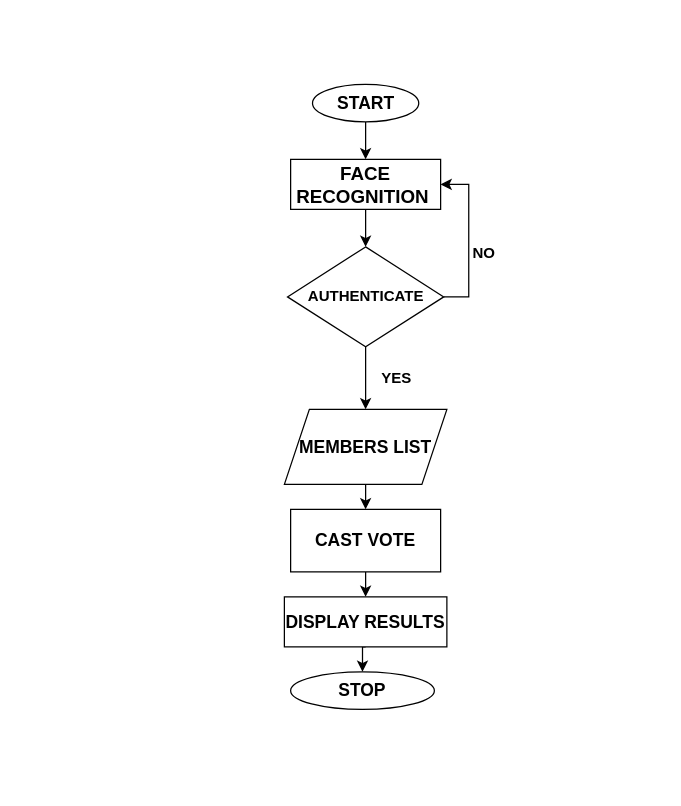
The draw.io diagram Untitled Diagram.drawio in ernest028/monty, before the edit. Source tidied: cells renumbered, new cells numbered last; positions are measured from the earlier drawing's top-left corner, leaving out a move shared by most shapes. Both pictures are drawn from the tidied source at 125%, with x=0, y=0 at pixel (284, 84).
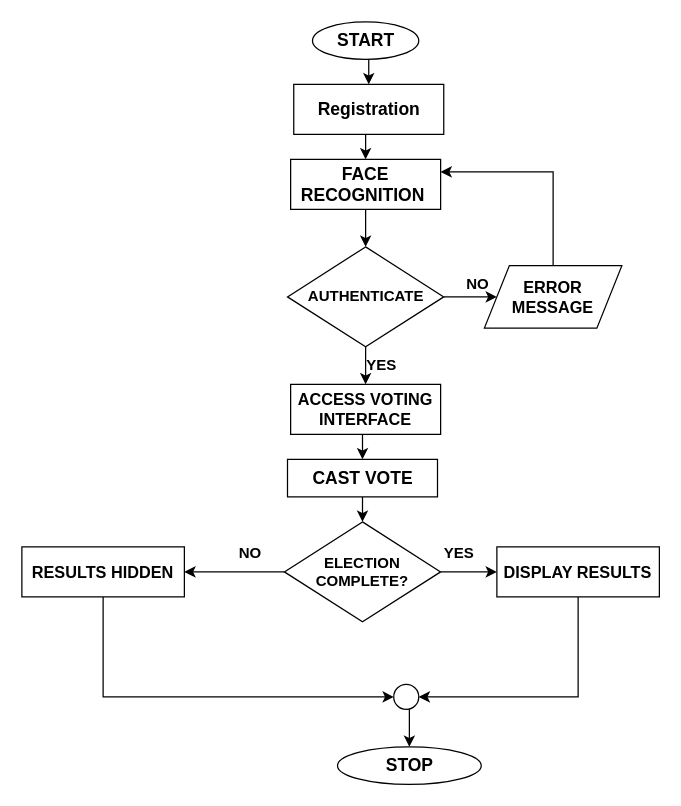
After the change.

The change refers to these unchanged cells:
```xml
<mxCell id="9" value="&lt;b&gt;AUTHENTICATE&lt;/b&gt;" style="rhombus;whiteSpace=wrap;html=1;" parent="1" vertex="1">
  <mxGeometry x="2.5" y="130" width="125" height="80" as="geometry" />
</mxCell>
```

Diff of the diagram source:
```diff
@@
-    <mxCell id="2" style="edgeStyle=orthogonalEdgeStyle;rounded=0;jettySize=auto;html=1;exitX=0.5;exitY=1;exitDx=0;exitDy=0;entryX=0.5;entryY=0;entryDx=0;entryDy=0;" parent="1" edge="1" source="3" target="13">
-      <mxGeometry relative="1" as="geometry" />
-    </mxCell>
-    <mxCell id="3" value="&lt;font style=&quot;font-size: 14px;&quot;&gt;&lt;b&gt;MEMBERS LIST&lt;/b&gt;&lt;/font&gt;" style="shape=parallelogram;perimeter=parallelogramPerimeter;whiteSpace=wrap;html=1;fixedSize=1;" parent="1" vertex="1">
-      <mxGeometry y="260" width="130" height="60" as="geometry" />
-    </mxCell>
     <mxCell id="4" value="&lt;font style=&quot;font-size: 14px;&quot;&gt;&lt;b&gt;STOP&lt;/b&gt;&lt;/font&gt;" style="ellipse;whiteSpace=wrap;html=1;" parent="1" vertex="1">
-      <mxGeometry x="5" y="470" width="115" height="30" as="geometry" />
+      <mxGeometry x="42.5" y="530" width="115" height="30" as="geometry" />
     </mxCell>
@@
-    <mxCell id="6" value="&lt;b&gt;&lt;font style=&quot;font-size: 15px;&quot;&gt;FACE RECOGNITION&amp;nbsp;&lt;/font&gt;&lt;/b&gt;" style="rounded=0;whiteSpace=wrap;html=1;" parent="1" vertex="1">
+    <mxCell id="6" value="&lt;b&gt;&lt;font style=&quot;font-size: 14px;&quot;&gt;FACE RECOGNITION&amp;nbsp;&lt;/font&gt;&lt;/b&gt;" style="rounded=0;whiteSpace=wrap;html=1;" parent="1" vertex="1">
       <mxGeometry x="5" y="60" width="120" height="40" as="geometry" />
     </mxCell>
-    <mxCell id="7" style="edgeStyle=orthogonalEdgeStyle;rounded=0;jettySize=auto;html=1;exitX=0.5;exitY=1;exitDx=0;exitDy=0;entryX=0.5;entryY=0;entryDx=0;entryDy=0;" parent="1" edge="1" source="9" target="3">
-      <mxGeometry relative="1" as="geometry" />
+    <mxCell id="7" style="edgeStyle=orthogonalEdgeStyle;rounded=0;jettySize=auto;html=1;exitX=0.5;exitY=1;exitDx=0;exitDy=0;entryX=0.5;entryY=0;entryDx=0;entryDy=0;" parent="1" edge="1" source="32">
+      <mxGeometry relative="1" as="geometry">
+        <mxPoint x="65" y="260" as="targetPoint" />
+      </mxGeometry>
     </mxCell>
-    <mxCell id="8" style="edgeStyle=orthogonalEdgeStyle;rounded=0;jettySize=auto;html=1;exitX=1;exitY=0.5;exitDx=0;exitDy=0;entryX=1;entryY=0.5;entryDx=0;entryDy=0;" parent="1" edge="1" source="9" target="6">
-      <mxGeometry relative="1" as="geometry" />
-    </mxCell>
+    <mxCell id="18" style="edgeStyle=orthogonalEdgeStyle;rounded=0;jettySize=auto;html=1;exitX=0.5;exitY=1;exitDx=0;exitDy=0;" parent="1" edge="1" source="9" target="32">
+      <mxGeometry relative="1" as="geometry" />
+    </mxCell>
+    <mxCell id="19" style="edgeStyle=orthogonalEdgeStyle;rounded=0;jettySize=auto;html=1;exitX=1;exitY=0.5;exitDx=0;exitDy=0;entryX=0;entryY=0.5;entryDx=0;entryDy=0;" parent="1" edge="1" source="9" target="30">
+      <mxGeometry relative="1" as="geometry" />
+    </mxCell>
@@
-    <mxCell id="10" style="edgeStyle=orthogonalEdgeStyle;rounded=0;jettySize=auto;html=1;exitX=0.5;exitY=1;exitDx=0;exitDy=0;entryX=0.5;entryY=0;entryDx=0;entryDy=0;" parent="1" edge="1" source="11" target="4">
-      <mxGeometry relative="1" as="geometry" />
-    </mxCell>
+    <mxCell id="20" style="edgeStyle=orthogonalEdgeStyle;rounded=0;jettySize=auto;html=1;exitX=0.5;exitY=1;exitDx=0;exitDy=0;entryX=0;entryY=0.5;entryDx=0;entryDy=0;" parent="1" edge="1" source="11" target="36">
+      <mxGeometry relative="1" as="geometry" />
+    </mxCell>
-    <mxCell id="11" value="&lt;font style=&quot;font-size: 14px;&quot;&gt;&lt;b&gt;DISPLAY RESULTS&lt;/b&gt;&lt;/font&gt;" style="rounded=0;whiteSpace=wrap;html=1;" parent="1" vertex="1">
-      <mxGeometry y="410" width="130" height="40" as="geometry" />
+    <mxCell id="11" value="&lt;b style=&quot;&quot;&gt;&lt;font style=&quot;font-size: 13px;&quot;&gt;RESULTS HIDDEN&lt;/font&gt;&lt;/b&gt;" style="rounded=0;whiteSpace=wrap;html=1;" parent="1" vertex="1">
+      <mxGeometry x="-210" y="370" width="130" height="40" as="geometry" />
     </mxCell>
-    <mxCell id="12" style="edgeStyle=orthogonalEdgeStyle;rounded=0;jettySize=auto;html=1;exitX=0.5;exitY=1;exitDx=0;exitDy=0;entryX=0.5;entryY=0;entryDx=0;entryDy=0;" parent="1" edge="1" source="13" target="11">
-      <mxGeometry relative="1" as="geometry" />
-    </mxCell>
+    <mxCell id="21" style="edgeStyle=orthogonalEdgeStyle;rounded=0;jettySize=auto;html=1;exitX=0.5;exitY=1;exitDx=0;exitDy=0;entryX=0.5;entryY=0;entryDx=0;entryDy=0;" parent="1" edge="1" source="13" target="25">
+      <mxGeometry relative="1" as="geometry" />
+    </mxCell>
     <mxCell id="13" value="&lt;font style=&quot;font-size: 14px;&quot;&gt;&lt;b&gt;CAST VOTE&lt;/b&gt;&lt;/font&gt;" style="rounded=0;whiteSpace=wrap;html=1;" parent="1" vertex="1">
-      <mxGeometry x="5" y="340" width="120" height="50" as="geometry" />
+      <mxGeometry x="2.5" y="300" width="120" height="30" as="geometry" />
     </mxCell>
-    <mxCell id="14" style="edgeStyle=orthogonalEdgeStyle;rounded=0;jettySize=auto;html=1;" parent="1" edge="1" source="15" target="6">
-      <mxGeometry relative="1" as="geometry" />
-    </mxCell>
+    <mxCell id="22" style="edgeStyle=orthogonalEdgeStyle;rounded=0;jettySize=auto;html=1;exitX=0.5;exitY=1;exitDx=0;exitDy=0;entryX=0.5;entryY=0;entryDx=0;entryDy=0;" parent="1" edge="1" source="15" target="27">
+      <mxGeometry relative="1" as="geometry" />
+    </mxCell>
     <mxCell id="15" value="&lt;font style=&quot;font-size: 14px;&quot;&gt;&lt;b&gt;START&lt;/b&gt;&lt;/font&gt;" style="ellipse;whiteSpace=wrap;html=1;" parent="1" vertex="1">
-      <mxGeometry x="22.5" width="85" height="30" as="geometry" />
+      <mxGeometry x="22.5" y="-50" width="85" height="30" as="geometry" />
     </mxCell>
     <mxCell id="16" value="&lt;b&gt;YES&lt;/b&gt;" style="text;html=1;align=center;verticalAlign=middle;whiteSpace=wrap;rounded=0;" parent="1" vertex="1">
-      <mxGeometry x="60" y="220" width="60" height="30" as="geometry" />
+      <mxGeometry x="47.5" y="210" width="60" height="30" as="geometry" />
     </mxCell>
-    <mxCell id="17" value="&lt;b&gt;NO&lt;/b&gt;" style="text;html=1;align=center;verticalAlign=middle;whiteSpace=wrap;rounded=0;" parent="1" vertex="1">
-      <mxGeometry x="130" y="120" width="60" height="30" as="geometry" />
-    </mxCell>
+    <mxCell id="23" style="edgeStyle=orthogonalEdgeStyle;rounded=0;jettySize=auto;html=1;exitX=0;exitY=0.5;exitDx=0;exitDy=0;" parent="1" edge="1" source="25" target="11">
+      <mxGeometry relative="1" as="geometry" />
+    </mxCell>
+    <mxCell id="24" style="edgeStyle=orthogonalEdgeStyle;rounded=0;jettySize=auto;html=1;exitX=1;exitY=0.5;exitDx=0;exitDy=0;entryX=0;entryY=0.5;entryDx=0;entryDy=0;" parent="1" edge="1" source="25" target="34">
+      <mxGeometry relative="1" as="geometry" />
+    </mxCell>
+    <mxCell id="25" value="&lt;b&gt;ELECTION COMPLETE?&lt;/b&gt;" style="rhombus;whiteSpace=wrap;html=1;" parent="1" vertex="1">
+      <mxGeometry y="350" width="125" height="80" as="geometry" />
+    </mxCell>
+    <mxCell id="26" style="edgeStyle=orthogonalEdgeStyle;rounded=0;jettySize=auto;html=1;exitX=0.5;exitY=1;exitDx=0;exitDy=0;entryX=0.5;entryY=0;entryDx=0;entryDy=0;" parent="1" edge="1" source="27" target="6">
+      <mxGeometry relative="1" as="geometry" />
+    </mxCell>
+    <mxCell id="27" value="&lt;b&gt;&lt;font style=&quot;font-size: 14px;&quot;&gt;Registration&lt;/font&gt;&lt;/b&gt;" style="rounded=0;whiteSpace=wrap;html=1;" parent="1" vertex="1">
+      <mxGeometry x="7.5" width="120" height="40" as="geometry" />
+    </mxCell>
+    <mxCell id="28" value="&lt;b&gt;NO&lt;/b&gt;" style="text;html=1;align=center;verticalAlign=middle;whiteSpace=wrap;rounded=0;" parent="1" vertex="1">
+      <mxGeometry x="125" y="145" width="60" height="30" as="geometry" />
+    </mxCell>
+    <mxCell id="29" style="edgeStyle=orthogonalEdgeStyle;rounded=0;jettySize=auto;html=1;exitX=0.5;exitY=0;exitDx=0;exitDy=0;entryX=1;entryY=0.25;entryDx=0;entryDy=0;" parent="1" edge="1" source="30" target="6">
+      <mxGeometry relative="1" as="geometry" />
+    </mxCell>
+    <mxCell id="30" value="&lt;font style=&quot;font-size: 13px;&quot;&gt;&lt;b style=&quot;&quot;&gt;ERROR&lt;/b&gt;&lt;/font&gt;&lt;div&gt;&lt;font style=&quot;font-size: 13px;&quot;&gt;&lt;b style=&quot;&quot;&gt;MESSAGE&lt;/b&gt;&lt;/font&gt;&lt;/div&gt;" style="shape=parallelogram;perimeter=parallelogramPerimeter;whiteSpace=wrap;html=1;fixedSize=1;" parent="1" vertex="1">
+      <mxGeometry x="160" y="145" width="110" height="50" as="geometry" />
+    </mxCell>
+    <mxCell id="31" style="edgeStyle=orthogonalEdgeStyle;rounded=0;jettySize=auto;html=1;exitX=0.5;exitY=1;exitDx=0;exitDy=0;entryX=0.5;entryY=0;entryDx=0;entryDy=0;" parent="1" edge="1" source="32" target="13">
+      <mxGeometry relative="1" as="geometry" />
+    </mxCell>
+    <mxCell id="32" value="&lt;b style=&quot;&quot;&gt;&lt;font style=&quot;font-size: 13px;&quot;&gt;ACCESS VOTING INTERFACE&lt;/font&gt;&lt;/b&gt;" style="rounded=0;whiteSpace=wrap;html=1;" parent="1" vertex="1">
+      <mxGeometry x="5" y="240" width="120" height="40" as="geometry" />
+    </mxCell>
+    <mxCell id="33" style="edgeStyle=orthogonalEdgeStyle;rounded=0;jettySize=auto;html=1;exitX=0.5;exitY=1;exitDx=0;exitDy=0;entryX=1;entryY=0.5;entryDx=0;entryDy=0;" parent="1" edge="1" source="34" target="36">
+      <mxGeometry relative="1" as="geometry" />
+    </mxCell>
+    <mxCell id="34" value="&lt;font style=&quot;font-size: 13px;&quot;&gt;&lt;b style=&quot;&quot;&gt;DISPLAY RESULTS&lt;/b&gt;&lt;/font&gt;" style="rounded=0;whiteSpace=wrap;html=1;" parent="1" vertex="1">
+      <mxGeometry x="170" y="370" width="130" height="40" as="geometry" />
+    </mxCell>
+    <mxCell id="35" style="edgeStyle=orthogonalEdgeStyle;rounded=0;jettySize=auto;html=1;exitX=0.5;exitY=1;exitDx=0;exitDy=0;entryX=0.5;entryY=0;entryDx=0;entryDy=0;" parent="1" edge="1" source="36" target="4">
+      <mxGeometry relative="1" as="geometry" />
+    </mxCell>
+    <mxCell id="36" style="ellipse;whiteSpace=wrap;html=1;" parent="1" vertex="1">
+      <mxGeometry x="87.5" y="480" width="20" height="20" as="geometry" />
+    </mxCell>
+    <mxCell id="37" value="&lt;b&gt;NO&lt;/b&gt;" style="text;html=1;align=center;verticalAlign=middle;whiteSpace=wrap;rounded=0;" parent="1" vertex="1">
+      <mxGeometry x="-57.5" y="360" width="60" height="30" as="geometry" />
+    </mxCell>
+    <mxCell id="38" value="&lt;b&gt;YES&lt;/b&gt;" style="text;html=1;align=center;verticalAlign=middle;whiteSpace=wrap;rounded=0;" parent="1" vertex="1">
+      <mxGeometry x="110" y="360" width="60" height="30" as="geometry" />
+    </mxCell>
```
